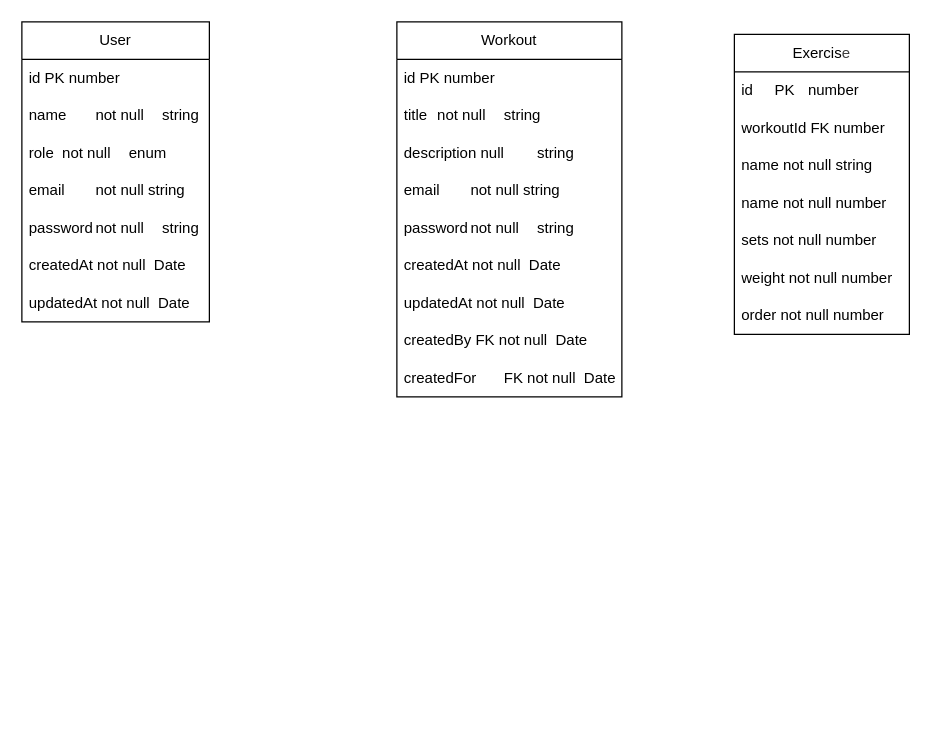
ArthurArlaxy/ThinkFit keeps this draw.io diagram as backend/gymApp.drawio. Above is the earlier version. Source tidied: cells renumbered, new cells numbered last; positions are measured from the earlier drawing's top-left corner, leaving out a move shared by most shapes. Both pictures are drawn from the tidied source at 125%, with x=0, y=0 at pixel (21, 21).
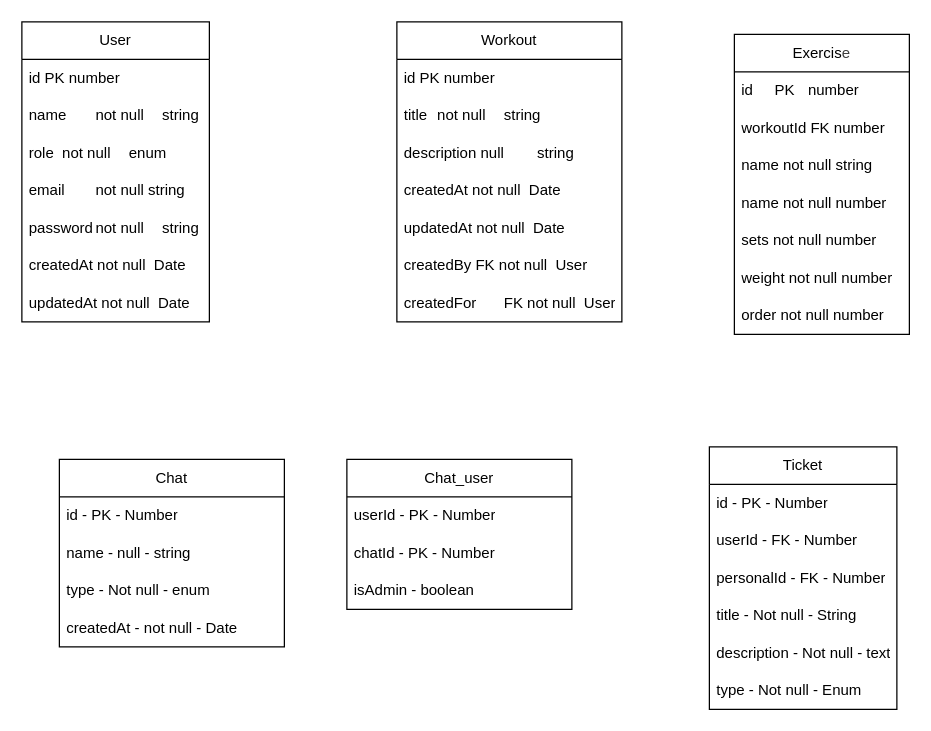
The same diagram, later.

Diff of the diagram source:
```diff
@@
     <mxCell id="10" value="Workout" style="swimlane;fontStyle=0;horizontal=1;startSize=30;whiteSpace=wrap;html=1;" parent="1" vertex="1">
-      <mxGeometry x="300" width="180" height="300" as="geometry" />
+      <mxGeometry x="300" width="180" height="240" as="geometry" />
     </mxCell>
@@
-    <mxCell id="14" value="email&lt;span style=&quot;white-space: pre;&quot;&gt;&#9;&lt;/span&gt;not null string&lt;span style=&quot;white-space: pre;&quot;&gt;&#9;&lt;/span&gt;" style="text;strokeColor=none;fillColor=none;align=left;verticalAlign=middle;spacingLeft=4;spacingRight=4;overflow=hidden;whiteSpace=wrap;html=1;" parent="10" vertex="1">
-      <mxGeometry y="120" width="180" height="30" as="geometry" />
-    </mxCell>
-    <mxCell id="15" value="password&lt;span style=&quot;white-space: pre;&quot;&gt;&#9;&lt;/span&gt;not null&lt;span style=&quot;white-space: pre;&quot;&gt;&#9;&lt;/span&gt;string" style="text;strokeColor=none;fillColor=none;align=left;verticalAlign=middle;spacingLeft=4;spacingRight=4;overflow=hidden;whiteSpace=wrap;html=1;" parent="10" vertex="1">
-      <mxGeometry y="150" width="180" height="30" as="geometry" />
-    </mxCell>
     <mxCell id="16" value="createdAt not null&amp;nbsp; Date" style="text;strokeColor=none;fillColor=none;align=left;verticalAlign=middle;spacingLeft=4;spacingRight=4;overflow=hidden;whiteSpace=wrap;html=1;" parent="10" vertex="1">
-      <mxGeometry y="180" width="180" height="30" as="geometry" />
+      <mxGeometry y="120" width="180" height="30" as="geometry" />
     </mxCell>
     <mxCell id="17" value="updatedAt not null&amp;nbsp; Date" style="text;strokeColor=none;fillColor=none;align=left;verticalAlign=middle;spacingLeft=4;spacingRight=4;overflow=hidden;whiteSpace=wrap;html=1;" parent="10" vertex="1">
-      <mxGeometry y="210" width="180" height="30" as="geometry" />
+      <mxGeometry y="150" width="180" height="30" as="geometry" />
     </mxCell>
-    <mxCell id="18" value="createdBy&amp;nbsp;FK&amp;nbsp;not null&amp;nbsp; Date" style="text;strokeColor=none;fillColor=none;align=left;verticalAlign=middle;spacingLeft=4;spacingRight=4;overflow=hidden;whiteSpace=wrap;html=1;" parent="10" vertex="1">
-      <mxGeometry y="240" width="180" height="30" as="geometry" />
+    <mxCell id="18" value="createdBy&amp;nbsp;FK&amp;nbsp;not null&amp;nbsp; User" style="text;strokeColor=none;fillColor=none;align=left;verticalAlign=middle;spacingLeft=4;spacingRight=4;overflow=hidden;whiteSpace=wrap;html=1;" parent="10" vertex="1">
+      <mxGeometry y="180" width="180" height="30" as="geometry" />
     </mxCell>
-    <mxCell id="19" value="createdFor&lt;span style=&quot;white-space: pre;&quot;&gt;&#9;&lt;/span&gt;FK&amp;nbsp;not null&amp;nbsp; Date" style="text;strokeColor=none;fillColor=none;align=left;verticalAlign=middle;spacingLeft=4;spacingRight=4;overflow=hidden;whiteSpace=wrap;html=1;" parent="10" vertex="1">
-      <mxGeometry y="270" width="180" height="30" as="geometry" />
+    <mxCell id="19" value="createdFor&lt;span style=&quot;white-space: pre;&quot;&gt;&#9;&lt;/span&gt;FK&amp;nbsp;not null&amp;nbsp; User" style="text;strokeColor=none;fillColor=none;align=left;verticalAlign=middle;spacingLeft=4;spacingRight=4;overflow=hidden;whiteSpace=wrap;html=1;" parent="10" vertex="1">
+      <mxGeometry y="210" width="180" height="30" as="geometry" />
     </mxCell>
@@
+    <mxCell id="28" value="Chat" style="swimlane;fontStyle=0;horizontal=1;startSize=30;whiteSpace=wrap;html=1;" parent="1" vertex="1">
+      <mxGeometry x="30" y="350" width="180" height="150" as="geometry" />
+    </mxCell>
+    <mxCell id="29" value="id - PK - Number" style="text;strokeColor=none;fillColor=none;align=left;verticalAlign=middle;spacingLeft=4;spacingRight=4;overflow=hidden;whiteSpace=wrap;html=1;" parent="28" vertex="1">
+      <mxGeometry y="30" width="180" height="30" as="geometry" />
+    </mxCell>
+    <mxCell id="30" value="name - null - string&amp;nbsp;" style="text;strokeColor=none;fillColor=none;align=left;verticalAlign=middle;spacingLeft=4;spacingRight=4;overflow=hidden;whiteSpace=wrap;html=1;" parent="28" vertex="1">
+      <mxGeometry y="60" width="180" height="30" as="geometry" />
+    </mxCell>
+    <mxCell id="31" value="type - Not null - enum" style="text;strokeColor=none;fillColor=none;align=left;verticalAlign=middle;spacingLeft=4;spacingRight=4;overflow=hidden;whiteSpace=wrap;html=1;" parent="28" vertex="1">
+      <mxGeometry y="90" width="180" height="30" as="geometry" />
+    </mxCell>
+    <mxCell id="32" value="createdAt - not null - Date" style="text;strokeColor=none;fillColor=none;align=left;verticalAlign=middle;spacingLeft=4;spacingRight=4;overflow=hidden;whiteSpace=wrap;html=1;" parent="28" vertex="1">
+      <mxGeometry y="120" width="180" height="30" as="geometry" />
+    </mxCell>
+    <mxCell id="33" value="Chat_user" style="swimlane;fontStyle=0;horizontal=1;startSize=30;whiteSpace=wrap;html=1;" parent="1" vertex="1">
+      <mxGeometry x="260" y="350" width="180" height="120" as="geometry" />
+    </mxCell>
+    <mxCell id="34" value="userId - PK - Number" style="text;strokeColor=none;fillColor=none;align=left;verticalAlign=middle;spacingLeft=4;spacingRight=4;overflow=hidden;whiteSpace=wrap;html=1;" parent="33" vertex="1">
+      <mxGeometry y="30" width="180" height="30" as="geometry" />
+    </mxCell>
+    <mxCell id="35" value="chatId - PK - Number&amp;nbsp;" style="text;strokeColor=none;fillColor=none;align=left;verticalAlign=middle;spacingLeft=4;spacingRight=4;overflow=hidden;whiteSpace=wrap;html=1;" parent="33" vertex="1">
+      <mxGeometry y="60" width="180" height="30" as="geometry" />
+    </mxCell>
+    <mxCell id="36" value="isAdmin - boolean" style="text;strokeColor=none;fillColor=none;align=left;verticalAlign=middle;spacingLeft=4;spacingRight=4;overflow=hidden;whiteSpace=wrap;html=1;" parent="33" vertex="1">
+      <mxGeometry y="90" width="180" height="30" as="geometry" />
+    </mxCell>
+    <mxCell id="37" value="Ticket" style="swimlane;fontStyle=0;horizontal=1;startSize=30;whiteSpace=wrap;html=1;" parent="1" vertex="1">
+      <mxGeometry x="550" y="340" width="150" height="210" as="geometry" />
+    </mxCell>
+    <mxCell id="38" value="id - PK - Number" style="text;strokeColor=none;fillColor=none;align=left;verticalAlign=middle;spacingLeft=4;spacingRight=4;overflow=hidden;whiteSpace=wrap;html=1;" parent="37" vertex="1">
+      <mxGeometry y="30" width="150" height="30" as="geometry" />
+    </mxCell>
+    <mxCell id="39" value="userId - FK - Number" style="text;strokeColor=none;fillColor=none;align=left;verticalAlign=middle;spacingLeft=4;spacingRight=4;overflow=hidden;whiteSpace=wrap;html=1;" parent="37" vertex="1">
+      <mxGeometry y="60" width="150" height="30" as="geometry" />
+    </mxCell>
+    <mxCell id="40" value="personalId - FK - Number" style="text;strokeColor=none;fillColor=none;align=left;verticalAlign=middle;spacingLeft=4;spacingRight=4;overflow=hidden;whiteSpace=wrap;html=1;" parent="37" vertex="1">
+      <mxGeometry y="90" width="150" height="30" as="geometry" />
+    </mxCell>
+    <mxCell id="41" value="title - Not null - String" style="text;strokeColor=none;fillColor=none;align=left;verticalAlign=middle;spacingLeft=4;spacingRight=4;overflow=hidden;whiteSpace=wrap;html=1;" parent="37" vertex="1">
+      <mxGeometry y="120" width="150" height="30" as="geometry" />
+    </mxCell>
+    <mxCell id="42" value="description - Not null - text" style="text;strokeColor=none;fillColor=none;align=left;verticalAlign=middle;spacingLeft=4;spacingRight=4;overflow=hidden;whiteSpace=wrap;html=1;" parent="37" vertex="1">
+      <mxGeometry y="150" width="150" height="30" as="geometry" />
+    </mxCell>
+    <mxCell id="43" value="type - Not null - Enum" style="text;strokeColor=none;fillColor=none;align=left;verticalAlign=middle;spacingLeft=4;spacingRight=4;overflow=hidden;whiteSpace=wrap;html=1;" parent="37" vertex="1">
+      <mxGeometry y="180" width="150" height="30" as="geometry" />
+    </mxCell>
```
